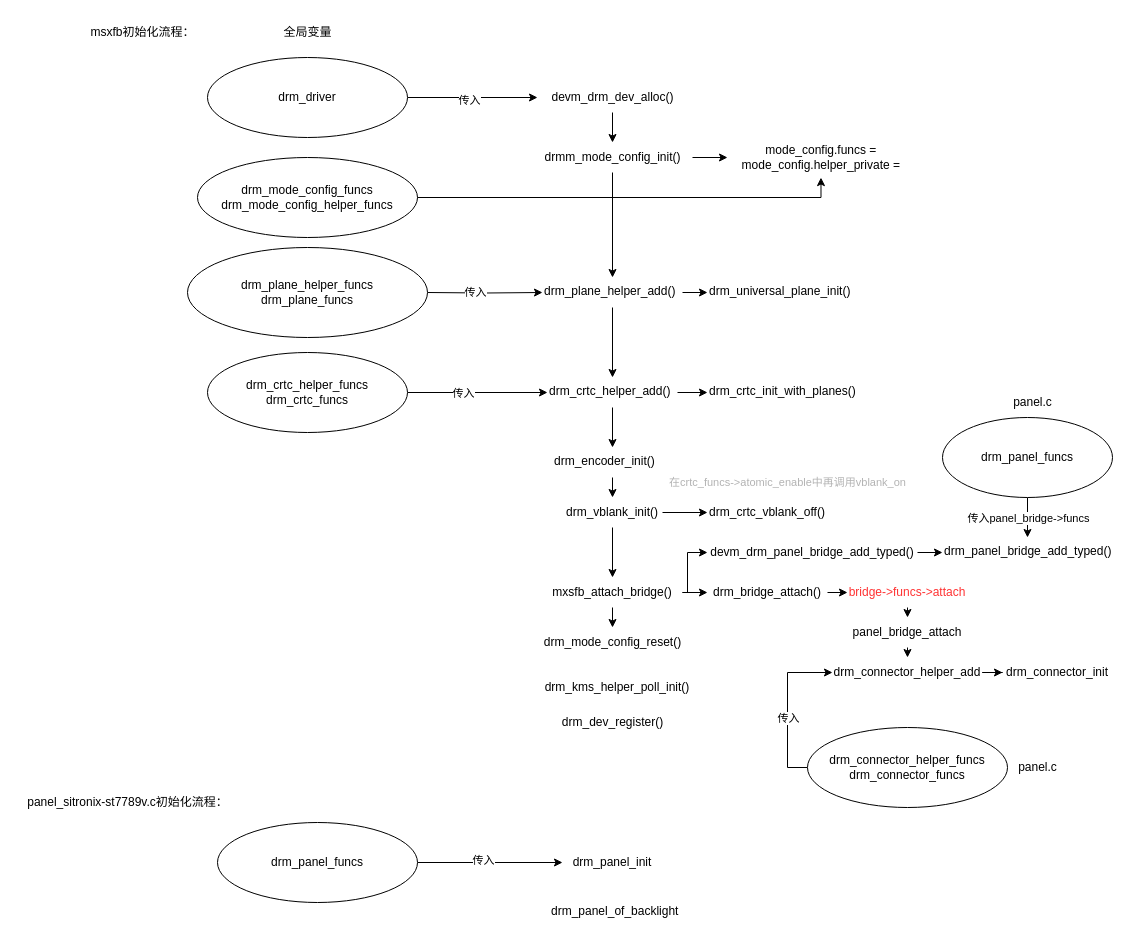
YC-Xiang/draw.io keeps this draw.io diagram as drm_driver_init.drawio. Above is the earlier version. Source tidied: cells renumbered, new cells numbered last; positions are measured from the earlier drawing's top-left corner, leaving out a move shared by most shapes. Both pictures are drawn from the tidied source at 100%, with x=0, y=0 at pixel (17, 17).
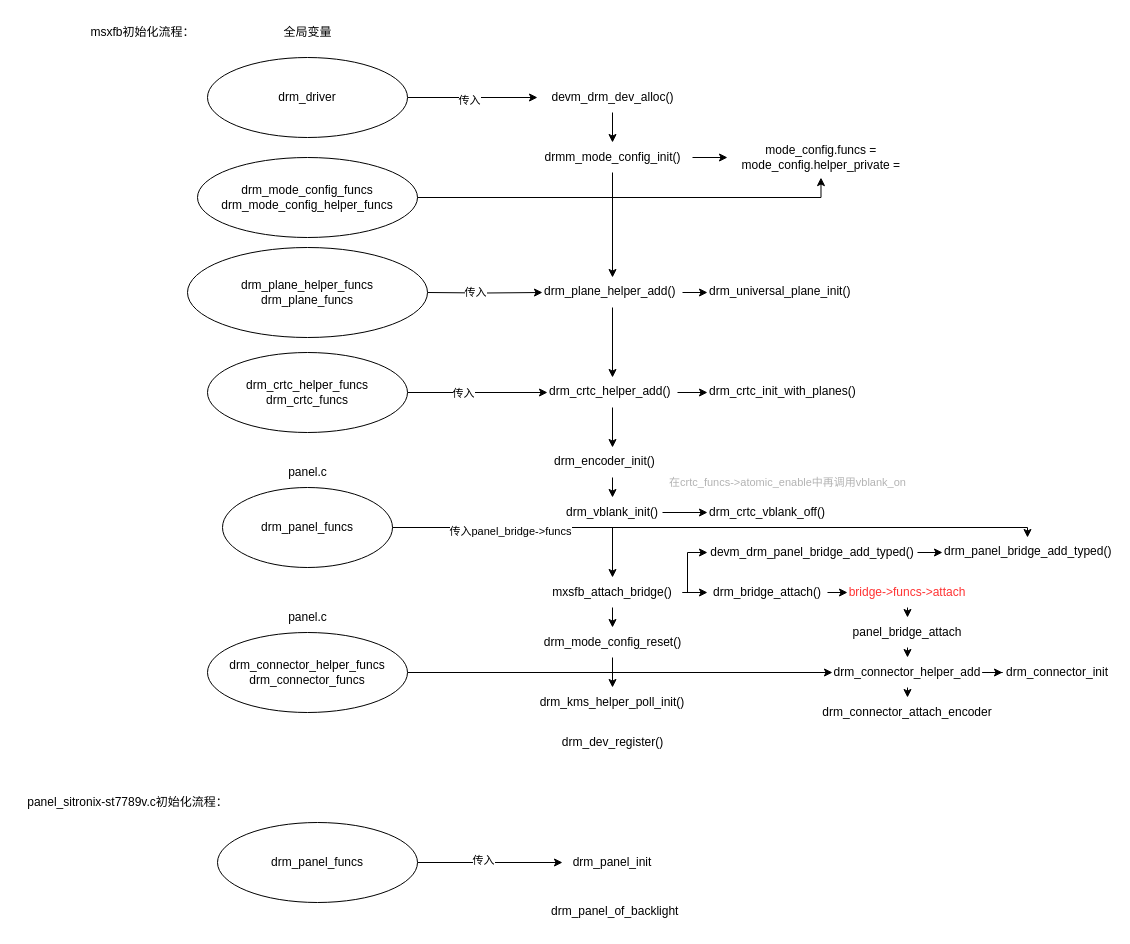
After the change.

Unchanged cells that the change refers to:
```xml
<mxCell id="32" value="drm_mode_config_reset()" style="text;html=1;align=center;verticalAlign=middle;whiteSpace=wrap;rounded=0;" parent="1" vertex="1">
  <mxGeometry x="542.5" y="610" width="105" height="30" as="geometry" />
</mxCell>
<mxCell id="47" value="&lt;font&gt;drm_connector_helper_add&lt;/font&gt;" style="text;whiteSpace=wrap;html=1;align=center;verticalAlign=middle;fontColor=#000000;" parent="1" vertex="1">
  <mxGeometry x="815" y="640" width="150" height="30" as="geometry" />
</mxCell>
<mxCell id="63" value="drm_panel_bridge_add_typed()" style="text;whiteSpace=wrap;html=1;" parent="1" vertex="1">
  <mxGeometry x="925" y="520" width="170" height="30" as="geometry" />
</mxCell>
```

Diff of the diagram source:
```diff
@@
     <mxCell id="4" value="drm_dev_register()" style="text;html=1;align=center;verticalAlign=middle;strokeColor=none;fillColor=none;" parent="1" vertex="1">
-      <mxGeometry x="535" y="690" width="120" height="30" as="geometry" />
+      <mxGeometry x="535" y="710" width="120" height="30" as="geometry" />
     </mxCell>
@@
+    <mxCell id="69" style="edgeStyle=orthogonalEdgeStyle;rounded=0;jettySize=auto;html=1;exitX=0.5;exitY=1;exitDx=0;exitDy=0;entryX=0.5;entryY=0;entryDx=0;entryDy=0;" parent="1" edge="1" source="32" target="34">
+      <mxGeometry relative="1" as="geometry" />
+    </mxCell>
@@
     <mxCell id="34" value="drm_kms_helper_poll_init()" style="text;whiteSpace=wrap;html=1;align=center;verticalAlign=middle;" parent="1" vertex="1">
-      <mxGeometry x="525" y="654.5" width="150" height="30" as="geometry" />
+      <mxGeometry x="520" y="670" width="150" height="30" as="geometry" />
     </mxCell>
@@
+    <mxCell id="70" style="edgeStyle=orthogonalEdgeStyle;rounded=0;jettySize=auto;html=1;exitX=0.5;exitY=1;exitDx=0;exitDy=0;entryX=0.5;entryY=0;entryDx=0;entryDy=0;" parent="1" edge="1" source="47" target="71">
+      <mxGeometry relative="1" as="geometry" />
+    </mxCell>
@@
-    <mxCell id="49" style="edgeStyle=orthogonalEdgeStyle;rounded=0;jettySize=auto;html=1;exitX=0;exitY=0.5;exitDx=0;exitDy=0;entryX=0;entryY=0.5;entryDx=0;entryDy=0;" parent="1" edge="1" source="51" target="47">
-      <mxGeometry relative="1" as="geometry">
-        <Array as="points">
-          <mxPoint x="770" y="750" />
-          <mxPoint x="770" y="655" />
-        </Array>
-      </mxGeometry>
+    <mxCell id="49" style="edgeStyle=orthogonalEdgeStyle;rounded=0;jettySize=auto;html=1;exitX=1;exitY=0.5;exitDx=0;exitDy=0;entryX=0;entryY=0.5;entryDx=0;entryDy=0;" parent="1" edge="1" source="51" target="47">
+      <mxGeometry relative="1" as="geometry" />
     </mxCell>
-    <mxCell id="50" value="传入" style="edgeLabel;html=1;align=center;verticalAlign=middle;" parent="49" vertex="1">
-      <mxGeometry x="-0.75" y="2" relative="1" as="geometry">
-        <mxPoint x="2" y="-50" as="offset" />
-      </mxGeometry>
-    </mxCell>
     <mxCell id="51" value="&lt;div&gt;drm_connector_helper_funcs&lt;/div&gt;drm_connector_funcs" style="ellipse;whiteSpace=wrap;html=1;" parent="1" vertex="1">
-      <mxGeometry x="790" y="710" width="200" height="80" as="geometry" />
+      <mxGeometry x="190" y="615" width="200" height="80" as="geometry" />
     </mxCell>
@@
     <mxCell id="54" value="panel.c" style="text;html=1;align=center;verticalAlign=middle;strokeColor=none;fillColor=none;" parent="1" vertex="1">
-      <mxGeometry x="990" y="735" width="60" height="30" as="geometry" />
+      <mxGeometry x="260" y="585" width="60" height="30" as="geometry" />
     </mxCell>
@@
     <mxCell id="64" style="edgeStyle=orthogonalEdgeStyle;rounded=0;jettySize=auto;html=1;exitX=0.5;exitY=1;exitDx=0;exitDy=0;entryX=0.5;entryY=0;entryDx=0;entryDy=0;" parent="1" edge="1" source="66" target="63">
-      <mxGeometry relative="1" as="geometry" />
+      <mxGeometry relative="1" as="geometry">
+        <Array as="points">
+          <mxPoint x="290" y="510" />
+          <mxPoint x="1010" y="510" />
+        </Array>
+      </mxGeometry>
     </mxCell>
@@
     <mxCell id="66" value="drm_panel_funcs&lt;div&gt;&lt;/div&gt;" style="ellipse;whiteSpace=wrap;html=1;" parent="1" vertex="1">
-      <mxGeometry x="925" y="400" width="170" height="80" as="geometry" />
+      <mxGeometry x="205" y="470" width="170" height="80" as="geometry" />
     </mxCell>
     <mxCell id="67" value="panel.c" style="text;html=1;align=center;verticalAlign=middle;strokeColor=none;fillColor=none;" parent="1" vertex="1">
-      <mxGeometry x="985" y="370" width="60" height="30" as="geometry" />
+      <mxGeometry x="260" y="440" width="60" height="30" as="geometry" />
     </mxCell>
@@
+    <mxCell id="71" value="drm_connector_attach_encoder" style="text;whiteSpace=wrap;html=1;align=center;verticalAlign=middle;" parent="1" vertex="1">
+      <mxGeometry x="800" y="680" width="180" height="30" as="geometry" />
+    </mxCell>
```
